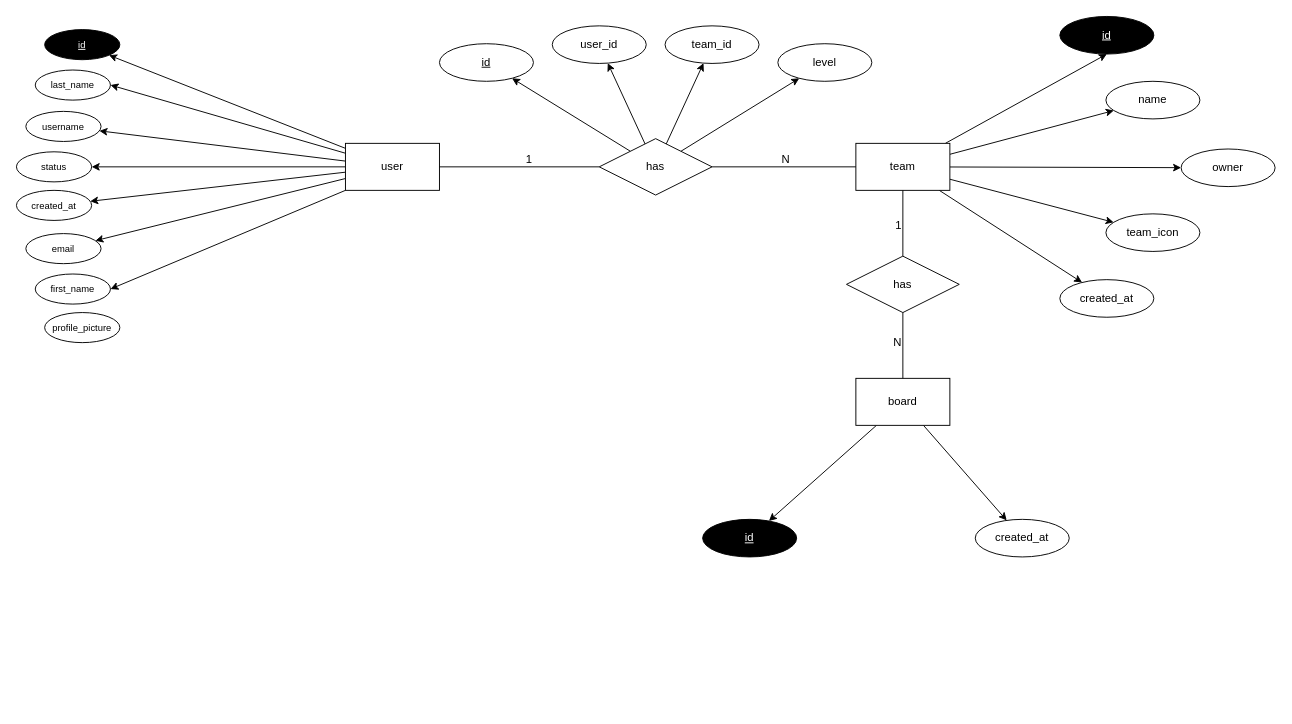
chronos-take-your-time/wiki keeps this draw.io diagram as docs/assets/diagram/DER.drawio. Above is the earlier version. Source tidied: cells renumbered, new cells numbered last; positions are measured from the earlier drawing's top-left corner, leaving out a move shared by most shapes. Both pictures are drawn from the tidied source at 94%, with x=0, y=0 at pixel (16, 16).
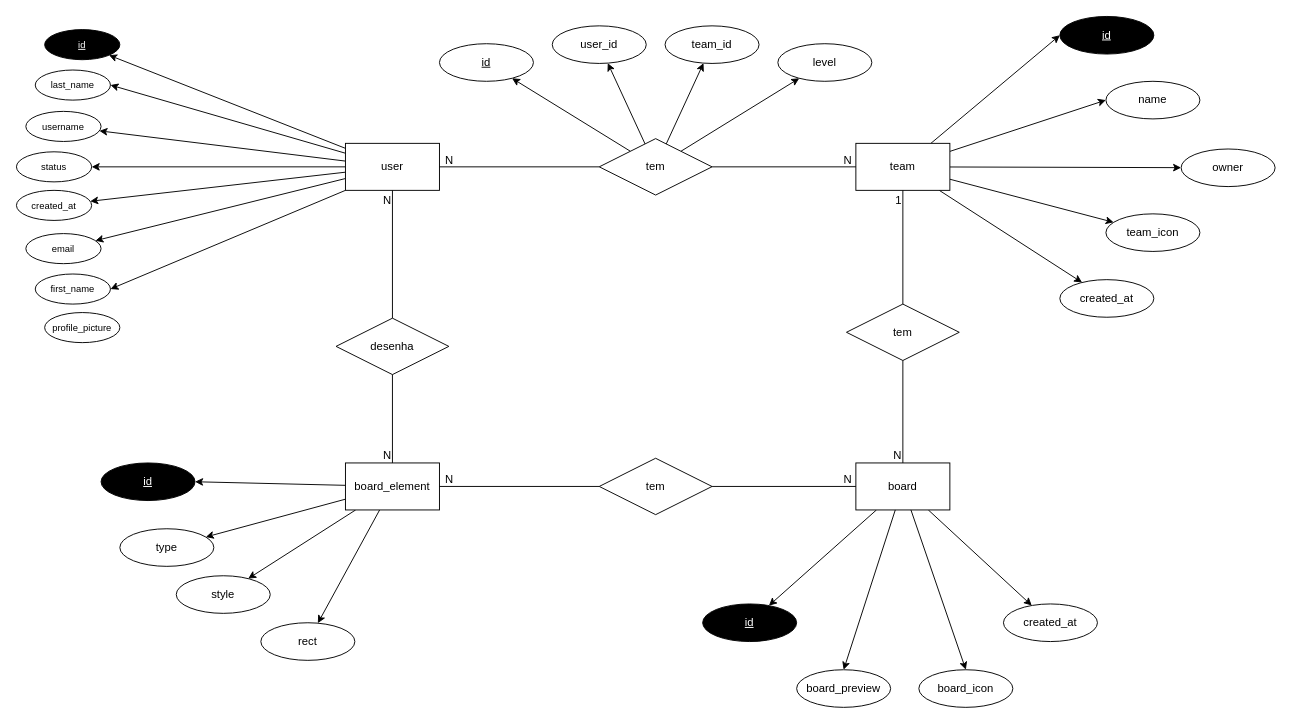
The same page after the edit.

Commit message:
docs(DER): adicionando a entidade board_element

The change refers to these unchanged cells:
```xml
<mxCell id="9" value="user" style="html=1;dashed=0;whiteSpace=wrap;" parent="1" vertex="1">
  <mxGeometry x="350" y="135" width="100" height="50" as="geometry" />
</mxCell>
<mxCell id="22" value="team" style="whiteSpace=wrap;html=1;dashed=0;" parent="1" vertex="1">
  <mxGeometry x="893" y="135" width="100" height="50" as="geometry" />
</mxCell>
<mxCell id="28" style="endArrow=none;html=1;rounded=0;entryX=0;entryY=0.5;entryDx=0;entryDy=0;exitX=1;exitY=0.5;exitDx=0;exitDy=0;" parent="1" edge="1" source="9" target="27">
  <mxGeometry relative="1" as="geometry" />
</mxCell>
<mxCell id="30" style="endArrow=none;html=1;rounded=0;exitX=1;exitY=0.5;exitDx=0;exitDy=0;entryX=0;entryY=0.5;entryDx=0;entryDy=0;align=center;" parent="1" edge="1" source="27" target="22">
  <mxGeometry relative="1" as="geometry" />
</mxCell>
<mxCell id="33" value="id" style="ellipse;whiteSpace=wrap;html=1;align=center;fontStyle=4;fillColor=#000000;fontColor=#FFFFFF;" parent="1" vertex="1">
  <mxGeometry x="1110" width="100" height="40" as="geometry" />
</mxCell>
<mxCell id="34" value="name" style="ellipse;whiteSpace=wrap;html=1;align=center;" parent="1" vertex="1">
  <mxGeometry x="1159" y="69" width="100" height="40" as="geometry" />
</mxCell>
<mxCell id="42" style="endArrow=none;html=1;rounded=0;exitX=0.5;exitY=1;exitDx=0;exitDy=0;" parent="1" edge="1" source="22" target="41">
  <mxGeometry relative="1" as="geometry" />
</mxCell>
<mxCell id="44" style="endArrow=none;html=1;rounded=0;exitX=0.5;exitY=1;exitDx=0;exitDy=0;entryX=0.5;entryY=0;entryDx=0;entryDy=0;" parent="1" edge="1" source="41" target="40">
  <mxGeometry relative="1" as="geometry" />
</mxCell>
```

The edit, as a diff of the source:
```diff
@@
-    <mxCell id="17" style="rounded=0;jettySize=auto;html=1;entryX=0.5;entryY=1;entryDx=0;entryDy=0;" parent="1" edge="1" source="22" target="33">
+    <mxCell id="17" style="rounded=0;jettySize=auto;html=1;entryX=0;entryY=0.5;entryDx=0;entryDy=0;" parent="1" edge="1" source="22" target="33">
       <mxGeometry relative="1" as="geometry" />
     </mxCell>
-    <mxCell id="18" style="rounded=0;jettySize=auto;html=1;" parent="1" edge="1" source="22" target="34">
+    <mxCell id="18" style="rounded=0;jettySize=auto;html=1;entryX=0;entryY=0.5;entryDx=0;entryDy=0;" parent="1" edge="1" source="22" target="34">
       <mxGeometry relative="1" as="geometry" />
     </mxCell>
@@
-    <mxCell id="27" value="has" style="shape=rhombus;perimeter=rhombusPerimeter;whiteSpace=wrap;html=1;align=center;" parent="1" vertex="1">
+    <mxCell id="27" value="tem" style="shape=rhombus;perimeter=rhombusPerimeter;whiteSpace=wrap;html=1;align=center;" parent="1" vertex="1">
       <mxGeometry x="620" y="130" width="120" height="60" as="geometry" />
     </mxCell>
@@
-    <mxCell id="29" value="1" style="html=1;whiteSpace=wrap;align=right;verticalAlign=bottom;" parent="28" vertex="1">
+    <mxCell id="29" value="N" style="html=1;whiteSpace=wrap;align=right;verticalAlign=bottom;" parent="28" vertex="1">
       <mxGeometry x="1" relative="1" as="geometry">
-        <mxPoint x="-70" as="offset" />
+        <mxPoint x="-154" y="1" as="offset" />
       </mxGeometry>
     </mxCell>
@@
     <mxCell id="31" value="N" style="html=1;whiteSpace=wrap;align=right;verticalAlign=bottom;" parent="30" vertex="1">
       <mxGeometry x="1" relative="1" as="geometry">
-        <mxPoint x="-69" as="offset" />
+        <mxPoint x="-3" y="1" as="offset" />
       </mxGeometry>
     </mxCell>
@@
     <mxCell id="40" value="board" style="whiteSpace=wrap;html=1;dashed=0;" parent="1" vertex="1">
-      <mxGeometry x="893" y="385" width="100" height="50" as="geometry" />
+      <mxGeometry x="893" y="475" width="100" height="50" as="geometry" />
     </mxCell>
-    <mxCell id="41" value="has" style="shape=rhombus;perimeter=rhombusPerimeter;whiteSpace=wrap;html=1;align=center;" parent="1" vertex="1">
-      <mxGeometry x="883" y="255" width="120" height="60" as="geometry" />
+    <mxCell id="41" value="tem" style="shape=rhombus;perimeter=rhombusPerimeter;whiteSpace=wrap;html=1;align=center;" parent="1" vertex="1">
+      <mxGeometry x="883" y="306" width="120" height="60" as="geometry" />
     </mxCell>
@@
     <mxCell id="43" value="1" style="html=1;whiteSpace=wrap;align=right;verticalAlign=bottom;" parent="42" vertex="1">
       <mxGeometry x="1" relative="1" as="geometry">
-        <mxPoint y="-24" as="offset" />
+        <mxPoint y="-102" as="offset" />
       </mxGeometry>
     </mxCell>
@@
     <mxCell id="45" value="N" style="html=1;whiteSpace=wrap;align=right;verticalAlign=bottom;" parent="44" vertex="1">
-      <mxGeometry x="1" relative="1" as="geometry">
-        <mxPoint y="-30" as="offset" />
-      </mxGeometry>
+      <mxGeometry x="1" relative="1" as="geometry" />
     </mxCell>
@@
     <mxCell id="47" value="&lt;u&gt;id&lt;/u&gt;" style="ellipse;whiteSpace=wrap;html=1;align=center;fillColor=#000000;fontColor=#FFFFFF;" parent="1" vertex="1">
-      <mxGeometry x="730" y="535" width="100" height="40" as="geometry" />
+      <mxGeometry x="730" y="625" width="100" height="40" as="geometry" />
     </mxCell>
@@
     <mxCell id="51" value="created_at" style="ellipse;whiteSpace=wrap;html=1;align=center;" parent="1" vertex="1">
-      <mxGeometry x="1020" y="535" width="100" height="40" as="geometry" />
+      <mxGeometry x="1050" y="625" width="100" height="40" as="geometry" />
     </mxCell>
+    <mxCell id="52" style="rounded=0;jettySize=auto;html=1;entryX=1;entryY=0.5;entryDx=0;entryDy=0;" parent="1" edge="1" source="56" target="71">
+      <mxGeometry relative="1" as="geometry" />
+    </mxCell>
+    <mxCell id="53" style="rounded=0;jettySize=auto;html=1;" parent="1" edge="1" source="56" target="72">
+      <mxGeometry relative="1" as="geometry" />
+    </mxCell>
+    <mxCell id="54" style="rounded=0;jettySize=auto;html=1;" parent="1" edge="1" source="56" target="73">
+      <mxGeometry relative="1" as="geometry" />
+    </mxCell>
+    <mxCell id="55" style="rounded=0;jettySize=auto;html=1;" parent="1" edge="1" source="56" target="74">
+      <mxGeometry relative="1" as="geometry" />
+    </mxCell>
+    <mxCell id="56" value="board_element" style="whiteSpace=wrap;html=1;dashed=0;" parent="1" vertex="1">
+      <mxGeometry x="350" y="475" width="100" height="50" as="geometry" />
+    </mxCell>
+    <mxCell id="57" value="desenha" style="shape=rhombus;perimeter=rhombusPerimeter;whiteSpace=wrap;html=1;align=center;" parent="1" vertex="1">
+      <mxGeometry x="340" y="321" width="120" height="60" as="geometry" />
+    </mxCell>
+    <mxCell id="58" value="board_preview" style="ellipse;whiteSpace=wrap;html=1;align=center;" parent="1" vertex="1">
+      <mxGeometry x="830" y="695" width="100" height="40" as="geometry" />
+    </mxCell>
+    <mxCell id="59" value="board_icon" style="ellipse;whiteSpace=wrap;html=1;align=center;" parent="1" vertex="1">
+      <mxGeometry x="960" y="695" width="100" height="40" as="geometry" />
+    </mxCell>
+    <mxCell id="60" style="rounded=0;jettySize=auto;html=1;entryX=0.5;entryY=0;entryDx=0;entryDy=0;" parent="1" edge="1" source="40" target="59">
+      <mxGeometry relative="1" as="geometry" />
+    </mxCell>
+    <mxCell id="61" style="rounded=0;jettySize=auto;html=1;entryX=0.5;entryY=0;entryDx=0;entryDy=0;" parent="1" edge="1" source="40" target="58">
+      <mxGeometry relative="1" as="geometry" />
+    </mxCell>
+    <mxCell id="62" style="endArrow=none;html=1;rounded=0;exitX=0.5;exitY=1;exitDx=0;exitDy=0;entryX=0.5;entryY=0;entryDx=0;entryDy=0;" parent="1" edge="1" source="57" target="56">
+      <mxGeometry relative="1" as="geometry" />
+    </mxCell>
+    <mxCell id="63" value="N" style="html=1;whiteSpace=wrap;align=right;verticalAlign=bottom;" parent="62" vertex="1">
+      <mxGeometry x="1" relative="1" as="geometry" />
+    </mxCell>
+    <mxCell id="64" style="endArrow=none;html=1;rounded=0;exitX=0.5;exitY=1;exitDx=0;exitDy=0;entryX=0.5;entryY=0;entryDx=0;entryDy=0;" parent="1" edge="1" source="9" target="57">
+      <mxGeometry relative="1" as="geometry" />
+    </mxCell>
+    <mxCell id="65" value="N" style="html=1;whiteSpace=wrap;align=right;verticalAlign=bottom;" parent="64" vertex="1">
+      <mxGeometry x="1" relative="1" as="geometry">
+        <mxPoint y="-117" as="offset" />
+      </mxGeometry>
+    </mxCell>
+    <mxCell id="66" value="tem" style="shape=rhombus;perimeter=rhombusPerimeter;whiteSpace=wrap;html=1;align=center;" parent="1" vertex="1">
+      <mxGeometry x="620" y="470" width="120" height="60" as="geometry" />
+    </mxCell>
+    <mxCell id="67" style="endArrow=none;html=1;rounded=0;entryX=0;entryY=0.5;entryDx=0;entryDy=0;exitX=1;exitY=0.5;exitDx=0;exitDy=0;" parent="1" edge="1" source="56" target="66">
+      <mxGeometry relative="1" as="geometry" />
+    </mxCell>
+    <mxCell id="68" value="N" style="html=1;whiteSpace=wrap;align=right;verticalAlign=bottom;" parent="67" vertex="1">
+      <mxGeometry x="1" relative="1" as="geometry">
+        <mxPoint x="-154" y="1" as="offset" />
+      </mxGeometry>
+    </mxCell>
+    <mxCell id="69" style="endArrow=none;html=1;rounded=0;exitX=1;exitY=0.5;exitDx=0;exitDy=0;align=center;entryX=0;entryY=0.5;entryDx=0;entryDy=0;" parent="1" edge="1" source="66" target="40">
+      <mxGeometry relative="1" as="geometry" />
+    </mxCell>
+    <mxCell id="70" value="N" style="html=1;whiteSpace=wrap;align=right;verticalAlign=bottom;" parent="69" vertex="1">
+      <mxGeometry x="1" relative="1" as="geometry">
+        <mxPoint x="-3" y="1" as="offset" />
+      </mxGeometry>
+    </mxCell>
+    <mxCell id="71" value="id" style="ellipse;whiteSpace=wrap;html=1;align=center;fontStyle=4;fillColor=#000000;fontColor=#FFFFFF;" parent="1" vertex="1">
+      <mxGeometry x="90" y="475" width="100" height="40" as="geometry" />
+    </mxCell>
+    <mxCell id="72" value="type" style="ellipse;whiteSpace=wrap;html=1;align=center;" parent="1" vertex="1">
+      <mxGeometry x="110" y="545" width="100" height="40" as="geometry" />
+    </mxCell>
+    <mxCell id="73" value="style" style="ellipse;whiteSpace=wrap;html=1;align=center;" parent="1" vertex="1">
+      <mxGeometry x="170" y="595" width="100" height="40" as="geometry" />
+    </mxCell>
+    <mxCell id="74" value="rect" style="ellipse;whiteSpace=wrap;html=1;align=center;" parent="1" vertex="1">
+      <mxGeometry x="260" y="645" width="100" height="40" as="geometry" />
+    </mxCell>
```
